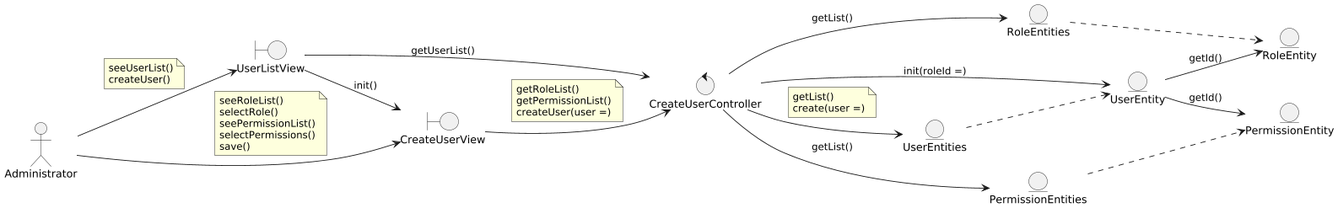
Before: out/DesignView/AnalysisView/UseCaseAnalysis/Collaboration.CU46.Analysis.png, a diagram exported from PlantUML (wsmcbl/wsmcbl.doc).
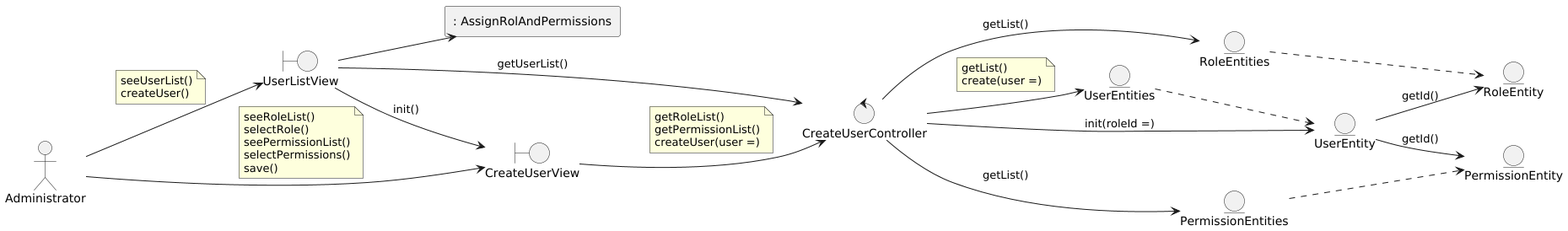
The same diagram one commit later.

The edit, as a diff of the source:
```diff
@@ -33,6 +33,9 @@
 UserListView --> CreateUserView : init()
 UserListView --> CreateUserController : getUserList()
 
+rectangle CU as ": AssignRolAndPermissions"
+UserListView --> CU
+
 CreateUserView --> CreateUserController
 note on link
     getRoleList()
```
